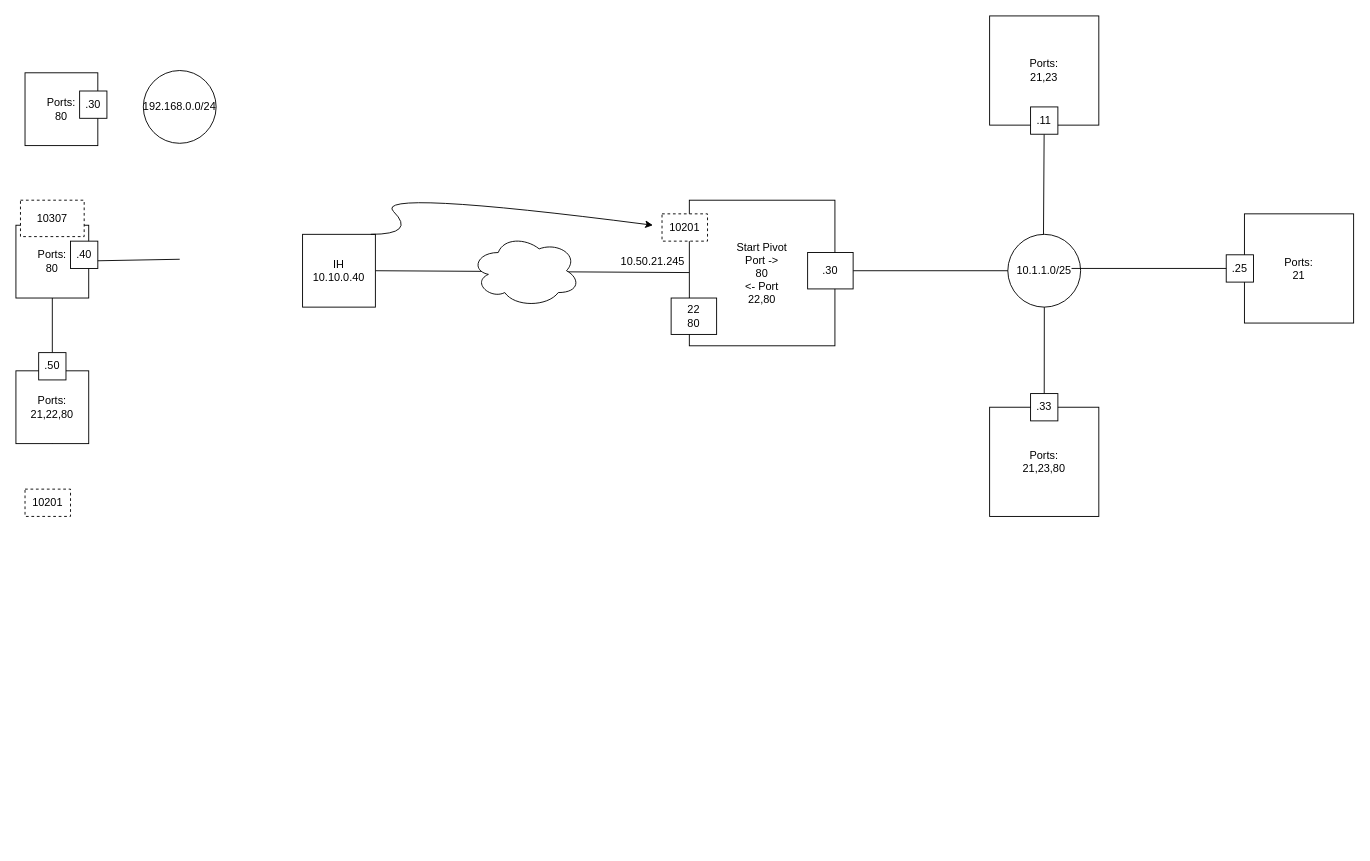
The draw.io diagram page "Page-4" (4 of 4) of Notes.drawio in AmericanFrench/BLOG, before the edit. Source tidied: cells renumbered, new cells numbered last; positions are measured from the earlier drawing's top-left corner, leaving out a move shared by most shapes. Both pictures are drawn from the tidied source at 91%, with x=0, y=0 at pixel (15, 15).
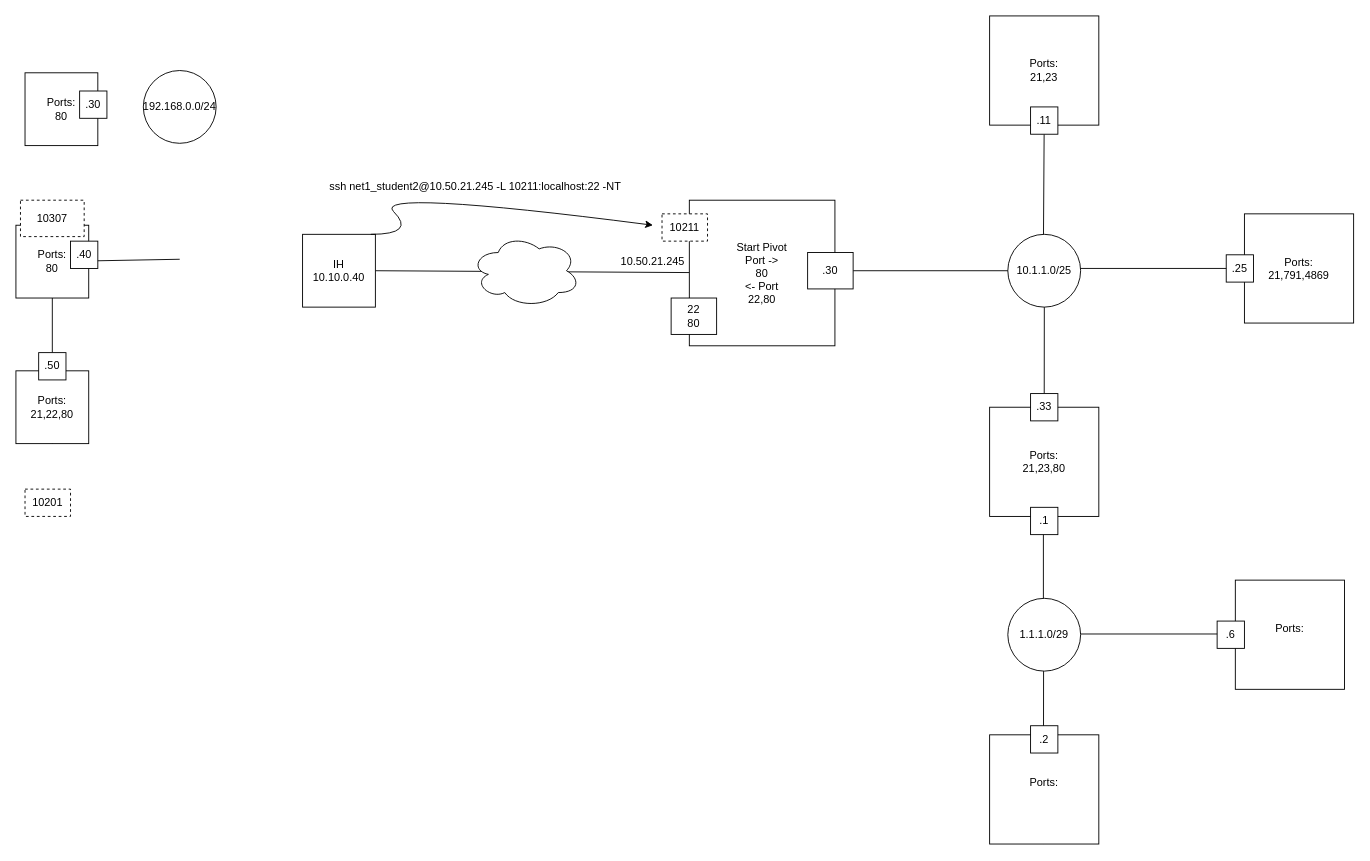
The same page after the edit.

Diff of the diagram source:
```diff
@@
+    <mxCell id="40" style="endArrow=none;html=1;rounded=0;startArrow=none;" parent="1" edge="1">
+      <mxGeometry x="0.86" y="445" relative="1" as="geometry">
+        <mxPoint x="1129.2" y="805" as="sourcePoint" />
+        <mxPoint x="1129.3" y="710" as="targetPoint" />
+      </mxGeometry>
+    </mxCell>
+    <mxCell id="41" style="endArrow=none;html=1;rounded=0;startArrow=none;" parent="1" edge="1">
+      <mxGeometry relative="1" as="geometry">
+        <mxPoint x="1170" y="679.2" as="sourcePoint" />
+        <mxPoint x="1350" y="679.2" as="targetPoint" />
+      </mxGeometry>
+    </mxCell>
+    <mxCell id="33" style="endArrow=none;html=1;rounded=0;startArrow=none;" parent="1" edge="1">
+      <mxGeometry relative="1" as="geometry">
+        <mxPoint x="1160" y="277.5" as="sourcePoint" />
+        <mxPoint x="1340" y="277.5" as="targetPoint" />
+      </mxGeometry>
+    </mxCell>
@@
-    <mxCell id="27" value="10201" style="rounded=0;whiteSpace=wrap;html=1;dashed=1;" parent="1" vertex="1">
+    <mxCell id="27" value="10211" style="rounded=0;whiteSpace=wrap;html=1;dashed=1;" parent="1" vertex="1">
       <mxGeometry x="710" y="217.5" width="50" height="30" as="geometry" />
     </mxCell>
@@
-    <mxCell id="33" style="endArrow=none;html=1;rounded=0;startArrow=none;" parent="1" edge="1">
-      <mxGeometry relative="1" as="geometry">
-        <mxPoint x="1160" y="277.5" as="sourcePoint" />
-        <mxPoint x="1340" y="277.5" as="targetPoint" />
-      </mxGeometry>
-    </mxCell>
-    <mxCell id="34" value="&lt;div&gt;Ports:&lt;/div&gt;&lt;div&gt;21&lt;br&gt;&lt;/div&gt;" style="whiteSpace=wrap;html=1;" parent="1" vertex="1">
+    <mxCell id="34" value="&lt;div&gt;Ports:&lt;/div&gt;&lt;div&gt;21,791,4869&lt;br&gt;&lt;/div&gt;" style="whiteSpace=wrap;html=1;" parent="1" vertex="1">
       <mxGeometry x="1350" y="217.5" width="120" height="120" as="geometry" />
     </mxCell>
@@
+    <mxCell id="42" value="ssh net1_student2@10.50.21.245 -L 10211:localhost:22 -NT" style="text;html=1;strokeColor=none;fillColor=none;align=center;verticalAlign=middle;whiteSpace=wrap;rounded=0;" parent="1" vertex="1">
+      <mxGeometry x="290" y="172.5" width="430" height="30" as="geometry" />
+    </mxCell>
+    <mxCell id="43" style="endArrow=none;html=1;rounded=0;startArrow=none;" parent="1" edge="1">
+      <mxGeometry x="0.86" y="445" relative="1" as="geometry">
+        <mxPoint x="1129.1" y="645" as="sourcePoint" />
+        <mxPoint x="1129.1" y="550" as="targetPoint" />
+      </mxGeometry>
+    </mxCell>
+    <mxCell id="44" value="1.1.1.0/29" style="ellipse;whiteSpace=wrap;html=1;" parent="1" vertex="1">
+      <mxGeometry x="1090" y="640" width="80" height="80" as="geometry" />
+    </mxCell>
+    <mxCell id="45" value=".1" style="rounded=0;whiteSpace=wrap;html=1;" parent="1" vertex="1">
+      <mxGeometry x="1115" y="540" width="30" height="30" as="geometry" />
+    </mxCell>
+    <mxCell id="46" style="endArrow=none;html=1;rounded=0;startArrow=none;" parent="1" edge="1" source="48">
+      <mxGeometry x="0.86" y="445" relative="1" as="geometry">
+        <mxPoint x="1129.2" y="910" as="targetPoint" />
+      </mxGeometry>
+    </mxCell>
+    <mxCell id="47" value="&lt;div&gt;Ports:&lt;/div&gt;&lt;div&gt;&lt;br&gt;&lt;/div&gt;" style="whiteSpace=wrap;html=1;" parent="1" vertex="1">
+      <mxGeometry x="1070" y="790" width="120" height="120" as="geometry" />
+    </mxCell>
+    <mxCell id="48" value=".2" style="rounded=0;whiteSpace=wrap;html=1;" parent="1" vertex="1">
+      <mxGeometry x="1115" y="780" width="30" height="30" as="geometry" />
+    </mxCell>
+    <mxCell id="49" value="&lt;div&gt;Ports:&lt;/div&gt;&lt;div&gt;&lt;br&gt;&lt;/div&gt;" style="whiteSpace=wrap;html=1;" parent="1" vertex="1">
+      <mxGeometry x="1340" y="620" width="120" height="120" as="geometry" />
+    </mxCell>
+    <mxCell id="50" value=".6" style="rounded=0;whiteSpace=wrap;html=1;" parent="1" vertex="1">
+      <mxGeometry x="1320" y="665" width="30" height="30" as="geometry" />
+    </mxCell>
```
